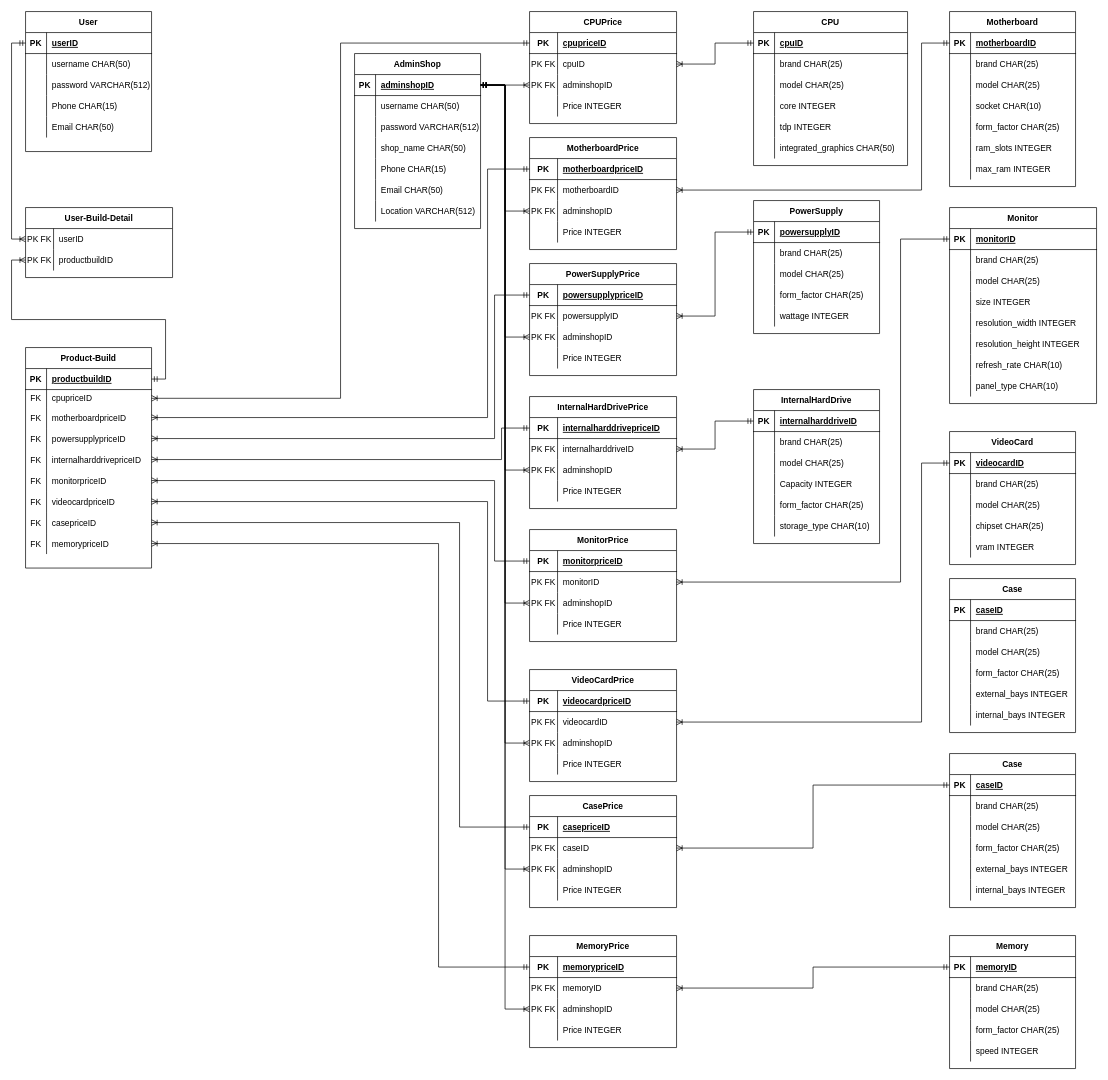
Earlier version of the draw.io diagram component_crawler/Database/diagram/buildpc.drawio (vichhika/WCT_Y3). Source tidied: cells renumbered, new cells numbered last; positions are measured from the earlier drawing's top-left corner, leaving out a move shared by most shapes. Both pictures are drawn from the tidied source at 70%, with x=0, y=0 at pixel (11, 11).
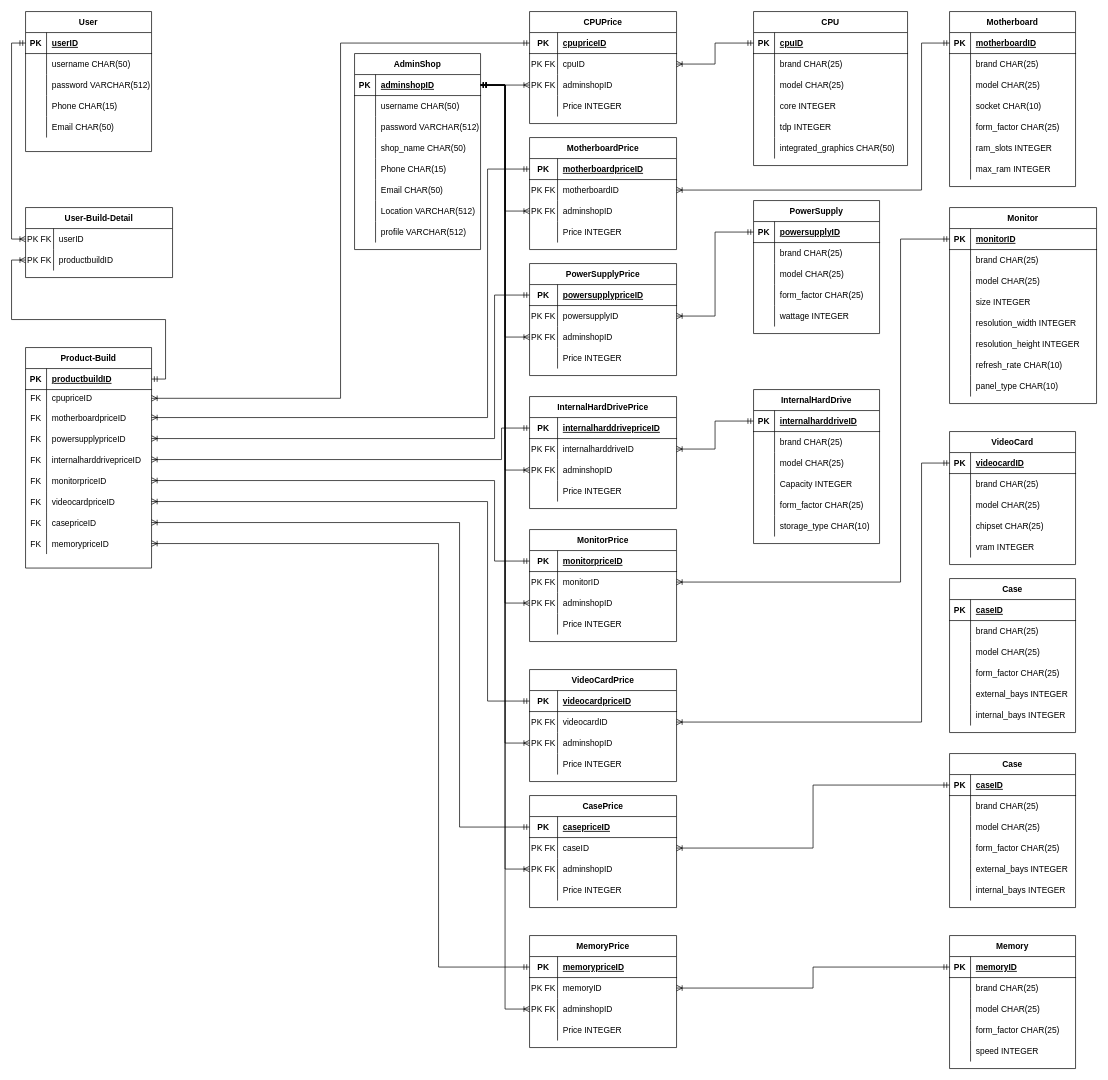
The same diagram, later.

Change to the diagram source:
```diff
@@
     <mxCell id="167" value="AdminShop" style="shape=table;startSize=30;childLayout=tableLayout;rowLines=0;fontStyle=1;align=center;" parent="1" vertex="1">
-      <mxGeometry x="490" y="60" width="180" height="250" as="geometry" />
+      <mxGeometry x="490" y="60" width="180" height="280" as="geometry" />
     </mxCell>
@@
+    <mxCell id="376" style="shape=partialRectangle;fillColor=none;top=0;left=0;bottom=0;right=0;" parent="167" vertex="1">
+      <mxGeometry y="210" width="180" height="30" as="geometry" />
+    </mxCell>
+    <mxCell id="377" style="shape=partialRectangle;fillColor=none;top=0;left=0;bottom=0;right=0;overflow=hidden;" parent="376" vertex="1">
+      <mxGeometry width="30" height="30" as="geometry" />
+    </mxCell>
+    <mxCell id="378" value="Location VARCHAR(512)" style="shape=partialRectangle;fillColor=none;top=0;left=0;bottom=0;right=0;align=left;spacingLeft=6;overflow=hidden;" parent="376" vertex="1">
+      <mxGeometry x="30" width="150" height="30" as="geometry" />
+    </mxCell>
     <mxCell id="186" style="shape=partialRectangle;fillColor=none;top=0;left=0;bottom=0;right=0;" parent="167" vertex="1">
-      <mxGeometry y="210" width="180" height="30" as="geometry" />
+      <mxGeometry y="240" width="180" height="30" as="geometry" />
     </mxCell>
@@
-    <mxCell id="188" value="Location VARCHAR(512)" style="shape=partialRectangle;fillColor=none;top=0;left=0;bottom=0;right=0;align=left;spacingLeft=6;overflow=hidden;" parent="186" vertex="1">
+    <mxCell id="188" value="profile VARCHAR(512)" style="shape=partialRectangle;fillColor=none;top=0;left=0;bottom=0;right=0;align=left;spacingLeft=6;overflow=hidden;" parent="186" vertex="1">
       <mxGeometry x="30" width="150" height="30" as="geometry" />
     </mxCell>
```
